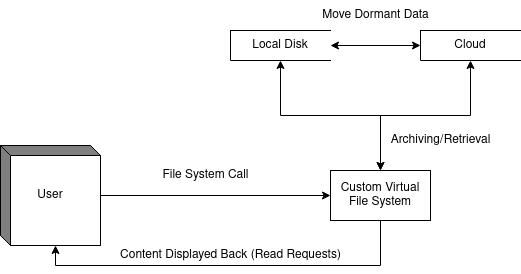
Earlier version of the draw.io export functional_spec/MVP_DFD.png (smallblue2/OptiFS). Source tidied: cells renumbered, new cells last; positions are measured from the earlier drawing's top-left corner, leaving out a move shared by most shapes. The source it was exported from:
```xml
<mxGraphModel background="#ffffff">
  <root>
    <mxCell id="0" />
    <mxCell id="1" parent="0" />
    <mxCell id="2" style="edgeStyle=orthogonalEdgeStyle;rounded=0;jettySize=auto;html=1;entryX=0.5;entryY=1;entryDx=0;entryDy=0;startArrow=classic;startFill=1;" parent="1" edge="1" source="4" target="8">
      <mxGeometry relative="1" as="geometry" />
    </mxCell>
    <mxCell id="3" style="edgeStyle=orthogonalEdgeStyle;rounded=0;jettySize=auto;html=1;entryX=0.5;entryY=1;entryDx=0;entryDy=0;startArrow=classic;startFill=1;" parent="1" edge="1" source="4" target="9">
      <mxGeometry relative="1" as="geometry" />
    </mxCell>
    <mxCell id="4" value="Custom Virtual File System" style="html=1;dashed=0;whiteSpace=wrap;" parent="1" vertex="1">
      <mxGeometry x="330" y="170" width="100" height="50" as="geometry" />
    </mxCell>
    <mxCell id="5" style="edgeStyle=orthogonalEdgeStyle;rounded=0;jettySize=auto;html=1;entryX=0;entryY=0.5;entryDx=0;entryDy=0;" parent="1" edge="1" source="6" target="4">
      <mxGeometry relative="1" as="geometry" />
    </mxCell>
    <mxCell id="6" value="User" style="html=1;dashed=0;whiteSpace=wrap;shape=mxgraph.dfd.externalEntity;" parent="1" vertex="1">
      <mxGeometry y="145" width="100" height="100" as="geometry" />
    </mxCell>
    <mxCell id="7" style="edgeStyle=orthogonalEdgeStyle;rounded=0;jettySize=auto;html=1;entryX=0;entryY=0.5;entryDx=0;entryDy=0;startArrow=classic;startFill=1;" parent="1" edge="1" source="8" target="9">
      <mxGeometry relative="1" as="geometry" />
    </mxCell>
    <mxCell id="8" value="Local Disk" style="html=1;dashed=0;whiteSpace=wrap;shape=partialRectangle;right=0;" parent="1" vertex="1">
      <mxGeometry x="230" y="30" width="100" height="30" as="geometry" />
    </mxCell>
    <mxCell id="9" value="Cloud" style="html=1;dashed=0;whiteSpace=wrap;shape=partialRectangle;right=0;" parent="1" vertex="1">
      <mxGeometry x="420" y="30" width="100" height="30" as="geometry" />
    </mxCell>
    <mxCell id="10" value="File System Call" style="text;html=1;align=center;verticalAlign=middle;points=[];strokeColor=none;fillColor=none;" parent="1" vertex="1">
      <mxGeometry x="150" y="160" width="110" height="30" as="geometry" />
    </mxCell>
    <mxCell id="11" value="Move Dormant Data" style="text;html=1;align=center;verticalAlign=middle;strokeColor=none;fillColor=none;" parent="1" vertex="1">
      <mxGeometry x="310" width="130" height="30" as="geometry" />
    </mxCell>
    <mxCell id="12" value="Archiving/Retrieval" style="text;html=1;align=center;verticalAlign=middle;strokeColor=none;fillColor=none;" parent="1" vertex="1">
      <mxGeometry x="380" y="125" width="120" height="30" as="geometry" />
    </mxCell>
    <mxCell id="13" style="edgeStyle=orthogonalEdgeStyle;rounded=0;jettySize=auto;html=1;entryX=0;entryY=0;entryDx=55;entryDy=100;entryPerimeter=0;" parent="1" edge="1" source="4" target="6">
      <mxGeometry relative="1" as="geometry">
        <Array as="points">
          <mxPoint x="380" y="265" />
          <mxPoint x="55" y="265" />
        </Array>
      </mxGeometry>
    </mxCell>
    <mxCell id="14" value="Content Displayed Back (Read Requests)" style="text;html=1;align=center;verticalAlign=middle;strokeColor=none;fillColor=none;" parent="1" vertex="1">
      <mxGeometry x="110" y="240" width="240" height="30" as="geometry" />
    </mxCell>
  </root>
</mxGraphModel>
```
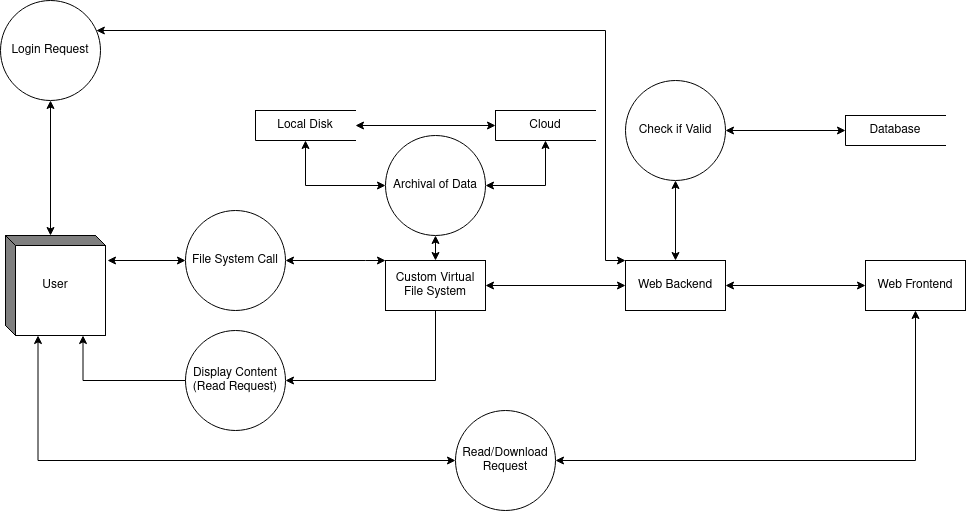
The same file after the commit.

Commit message:
Fixed diagrams in function spec

The edit, as a diff of the source:
```diff
@@ -2,49 +2,102 @@
   <root>
     <mxCell id="0" />
     <mxCell id="1" parent="0" />
-    <mxCell id="2" style="edgeStyle=orthogonalEdgeStyle;rounded=0;jettySize=auto;html=1;entryX=0.5;entryY=1;entryDx=0;entryDy=0;startArrow=classic;startFill=1;" parent="1" edge="1" source="4" target="8">
-      <mxGeometry relative="1" as="geometry" />
-    </mxCell>
-    <mxCell id="3" style="edgeStyle=orthogonalEdgeStyle;rounded=0;jettySize=auto;html=1;entryX=0.5;entryY=1;entryDx=0;entryDy=0;startArrow=classic;startFill=1;" parent="1" edge="1" source="4" target="9">
-      <mxGeometry relative="1" as="geometry" />
-    </mxCell>
+    <mxCell id="15" style="edgeStyle=orthogonalEdgeStyle;rounded=0;jettySize=auto;html=1;entryX=1;entryY=0.5;entryDx=0;entryDy=0;exitX=0.5;exitY=1;exitDx=0;exitDy=0;" parent="1" edge="1" source="4" target="32">
+      <mxGeometry relative="1" as="geometry" />
+    </mxCell>
     <mxCell id="4" value="Custom Virtual File System" style="html=1;dashed=0;whiteSpace=wrap;" parent="1" vertex="1">
       <mxGeometry x="330" y="170" width="100" height="50" as="geometry" />
     </mxCell>
-    <mxCell id="5" style="edgeStyle=orthogonalEdgeStyle;rounded=0;jettySize=auto;html=1;entryX=0;entryY=0.5;entryDx=0;entryDy=0;" parent="1" edge="1" source="6" target="4">
-      <mxGeometry relative="1" as="geometry" />
-    </mxCell>
+    <mxCell id="16" style="edgeStyle=orthogonalEdgeStyle;rounded=0;jettySize=auto;html=1;exitX=0;exitY=0;exitDx=32.5;exitDy=100;exitPerimeter=0;entryX=0;entryY=0.5;entryDx=0;entryDy=0;startArrow=classic;startFill=1;" parent="1" edge="1" source="6" target="22">
+      <mxGeometry relative="1" as="geometry" />
+    </mxCell>
     <mxCell id="6" value="User" style="html=1;dashed=0;whiteSpace=wrap;shape=mxgraph.dfd.externalEntity;" parent="1" vertex="1">
-      <mxGeometry y="145" width="100" height="100" as="geometry" />
+      <mxGeometry x="-50" y="145" width="100" height="100" as="geometry" />
     </mxCell>
     <mxCell id="7" style="edgeStyle=orthogonalEdgeStyle;rounded=0;jettySize=auto;html=1;entryX=0;entryY=0.5;entryDx=0;entryDy=0;startArrow=classic;startFill=1;" parent="1" edge="1" source="8" target="9">
       <mxGeometry relative="1" as="geometry" />
     </mxCell>
     <mxCell id="8" value="Local Disk" style="html=1;dashed=0;whiteSpace=wrap;shape=partialRectangle;right=0;" parent="1" vertex="1">
-      <mxGeometry x="230" y="30" width="100" height="30" as="geometry" />
+      <mxGeometry x="200" y="20" width="100" height="30" as="geometry" />
     </mxCell>
     <mxCell id="9" value="Cloud" style="html=1;dashed=0;whiteSpace=wrap;shape=partialRectangle;right=0;" parent="1" vertex="1">
-      <mxGeometry x="420" y="30" width="100" height="30" as="geometry" />
+      <mxGeometry x="440" y="20" width="100" height="30" as="geometry" />
     </mxCell>
+    <mxCell id="17" style="edgeStyle=orthogonalEdgeStyle;rounded=0;jettySize=auto;html=1;entryX=1;entryY=0.5;entryDx=0;entryDy=0;startArrow=classic;startFill=1;" parent="1" edge="1" source="19" target="4">
+      <mxGeometry relative="1" as="geometry" />
+    </mxCell>
+    <mxCell id="18" style="edgeStyle=orthogonalEdgeStyle;rounded=0;jettySize=auto;html=1;entryX=0;entryY=0.5;entryDx=0;entryDy=0;startArrow=classic;startFill=1;" parent="1" edge="1" source="19" target="20">
+      <mxGeometry relative="1" as="geometry" />
+    </mxCell>
+    <mxCell id="19" value="Web Backend" style="html=1;dashed=0;whiteSpace=wrap;" parent="1" vertex="1">
+      <mxGeometry x="570" y="170" width="100" height="50" as="geometry" />
+    </mxCell>
+    <mxCell id="20" value="Web Frontend" style="html=1;dashed=0;whiteSpace=wrap;" parent="1" vertex="1">
+      <mxGeometry x="810" y="170" width="100" height="50" as="geometry" />
+    </mxCell>
+    <mxCell id="21" style="edgeStyle=orthogonalEdgeStyle;rounded=0;jettySize=auto;html=1;entryX=0.5;entryY=1;entryDx=0;entryDy=0;startArrow=classic;startFill=1;" parent="1" edge="1" source="22" target="20">
+      <mxGeometry relative="1" as="geometry" />
+    </mxCell>
+    <mxCell id="22" value="&lt;div&gt;Read/Download&lt;/div&gt;&lt;div&gt;Request&lt;br&gt;&lt;/div&gt;" style="shape=ellipse;html=1;dashed=0;whiteSpace=wrap;perimeter=ellipsePerimeter;" parent="1" vertex="1">
+      <mxGeometry x="400" y="320" width="100" height="100" as="geometry" />
+    </mxCell>
+    <mxCell id="23" style="edgeStyle=orthogonalEdgeStyle;rounded=0;jettySize=auto;html=1;entryX=1;entryY=0.5;entryDx=0;entryDy=0;startArrow=classic;startFill=1;" parent="1" edge="1" source="24" target="26">
+      <mxGeometry relative="1" as="geometry" />
+    </mxCell>
+    <mxCell id="24" value="Database" style="html=1;dashed=0;whiteSpace=wrap;shape=partialRectangle;right=0;" parent="1" vertex="1">
+      <mxGeometry x="790" y="25" width="100" height="30" as="geometry" />
+    </mxCell>
+    <mxCell id="25" style="edgeStyle=orthogonalEdgeStyle;rounded=0;jettySize=auto;html=1;entryX=0.5;entryY=0;entryDx=0;entryDy=0;startArrow=classic;startFill=1;" parent="1" edge="1" source="26" target="19">
+      <mxGeometry relative="1" as="geometry" />
+    </mxCell>
+    <mxCell id="26" value="Check if Valid" style="shape=ellipse;html=1;dashed=0;whiteSpace=wrap;perimeter=ellipsePerimeter;" parent="1" vertex="1">
+      <mxGeometry x="570" y="-10" width="100" height="100" as="geometry" />
+    </mxCell>
+    <mxCell id="27" style="edgeStyle=orthogonalEdgeStyle;rounded=0;jettySize=auto;html=1;entryX=0;entryY=0;entryDx=0;entryDy=0;startArrow=classic;startFill=1;" parent="1" edge="1" source="28" target="19">
+      <mxGeometry relative="1" as="geometry">
+        <Array as="points">
+          <mxPoint x="550" y="-60" />
+          <mxPoint x="550" y="170" />
+        </Array>
+      </mxGeometry>
+    </mxCell>
+    <mxCell id="28" value="Login Request" style="shape=ellipse;html=1;dashed=0;whiteSpace=wrap;perimeter=ellipsePerimeter;" parent="1" vertex="1">
+      <mxGeometry x="-55" y="-90" width="100" height="100" as="geometry" />
+    </mxCell>
+    <mxCell id="29" style="edgeStyle=orthogonalEdgeStyle;rounded=0;jettySize=auto;html=1;entryX=0;entryY=0;entryDx=45;entryDy=0;entryPerimeter=0;startArrow=classic;startFill=1;" parent="1" edge="1" source="28" target="6">
+      <mxGeometry relative="1" as="geometry" />
+    </mxCell>
+    <mxCell id="30" style="edgeStyle=orthogonalEdgeStyle;rounded=0;jettySize=auto;html=1;entryX=0;entryY=0;entryDx=0;entryDy=0;startArrow=classic;startFill=1;" parent="1" edge="1" source="10" target="4">
+      <mxGeometry relative="1" as="geometry">
+        <Array as="points">
+          <mxPoint x="310" y="170" />
+          <mxPoint x="310" y="170" />
+        </Array>
+      </mxGeometry>
+    </mxCell>
-    <mxCell id="10" value="File System Call" style="text;html=1;align=center;verticalAlign=middle;points=[];strokeColor=none;fillColor=none;" parent="1" vertex="1">
-      <mxGeometry x="150" y="160" width="110" height="30" as="geometry" />
+    <mxCell id="10" value="File System Call" style="shape=ellipse;html=1;dashed=0;whiteSpace=wrap;perimeter=ellipsePerimeter;" parent="1" vertex="1">
+      <mxGeometry x="130" y="120" width="100" height="100" as="geometry" />
     </mxCell>
-    <mxCell id="11" value="Move Dormant Data" style="text;html=1;align=center;verticalAlign=middle;strokeColor=none;fillColor=none;" parent="1" vertex="1">
-      <mxGeometry x="310" width="130" height="30" as="geometry" />
-    </mxCell>
-    <mxCell id="12" value="Archiving/Retrieval" style="text;html=1;align=center;verticalAlign=middle;strokeColor=none;fillColor=none;" parent="1" vertex="1">
-      <mxGeometry x="380" y="125" width="120" height="30" as="geometry" />
-    </mxCell>
-    <mxCell id="13" style="edgeStyle=orthogonalEdgeStyle;rounded=0;jettySize=auto;html=1;entryX=0;entryY=0;entryDx=55;entryDy=100;entryPerimeter=0;" parent="1" edge="1" source="4" target="6">
-      <mxGeometry relative="1" as="geometry">
-        <Array as="points">
-          <mxPoint x="380" y="265" />
-          <mxPoint x="55" y="265" />
-        </Array>
-      </mxGeometry>
-    </mxCell>
-    <mxCell id="14" value="Content Displayed Back (Read Requests)" style="text;html=1;align=center;verticalAlign=middle;strokeColor=none;fillColor=none;" parent="1" vertex="1">
-      <mxGeometry x="110" y="240" width="240" height="30" as="geometry" />
-    </mxCell>
+    <mxCell id="31" style="edgeStyle=orthogonalEdgeStyle;rounded=0;jettySize=auto;html=1;entryX=1.02;entryY=0.25;entryDx=0;entryDy=0;entryPerimeter=0;startArrow=classic;startFill=1;" parent="1" edge="1" source="10" target="6">
+      <mxGeometry relative="1" as="geometry" />
+    </mxCell>
+    <mxCell id="32" value="&lt;div&gt;Display Content&lt;/div&gt;&lt;div&gt;(Read Request)&lt;br&gt;&lt;/div&gt;" style="shape=ellipse;html=1;dashed=0;whiteSpace=wrap;perimeter=ellipsePerimeter;" parent="1" vertex="1">
+      <mxGeometry x="130" y="240" width="100" height="100" as="geometry" />
+    </mxCell>
+    <mxCell id="33" style="edgeStyle=orthogonalEdgeStyle;rounded=0;jettySize=auto;html=1;entryX=0;entryY=0;entryDx=77.5;entryDy=100;entryPerimeter=0;" parent="1" edge="1" source="32" target="6">
+      <mxGeometry relative="1" as="geometry" />
+    </mxCell>
+    <mxCell id="34" style="edgeStyle=orthogonalEdgeStyle;rounded=0;jettySize=auto;html=1;entryX=0.5;entryY=0;entryDx=0;entryDy=0;startArrow=classic;startFill=1;" parent="1" edge="1" source="37" target="4">
+      <mxGeometry relative="1" as="geometry" />
+    </mxCell>
+    <mxCell id="35" style="edgeStyle=orthogonalEdgeStyle;rounded=0;jettySize=auto;html=1;entryX=0.5;entryY=1;entryDx=0;entryDy=0;startArrow=classic;startFill=1;" parent="1" edge="1" source="37" target="8">
+      <mxGeometry relative="1" as="geometry" />
+    </mxCell>
+    <mxCell id="36" style="edgeStyle=orthogonalEdgeStyle;rounded=0;jettySize=auto;html=1;entryX=0.5;entryY=1;entryDx=0;entryDy=0;startArrow=classic;startFill=1;" parent="1" edge="1" source="37" target="9">
+      <mxGeometry relative="1" as="geometry" />
+    </mxCell>
+    <mxCell id="37" value="Archival of Data" style="shape=ellipse;html=1;dashed=0;whiteSpace=wrap;perimeter=ellipsePerimeter;" parent="1" vertex="1">
+      <mxGeometry x="330" y="45" width="100" height="100" as="geometry" />
+    </mxCell>
   </root>
 </mxGraphModel>
```
